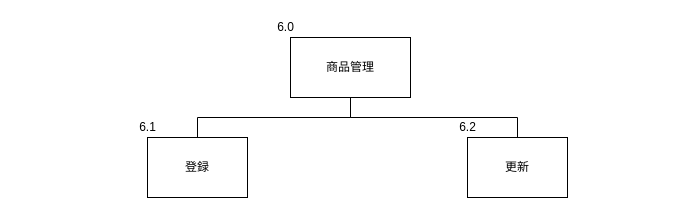
Yamanin3/system-devel keeps this draw.io diagram as サブシステム構造図/商品管理.drawio. Above is the earlier version. Source tidied: cells renumbered, new cells numbered last; positions are measured from the earlier drawing's top-left corner, leaving out a move shared by most shapes. Both pictures are drawn from the tidied source at 100%, with x=0, y=0 at pixel (132, 17).
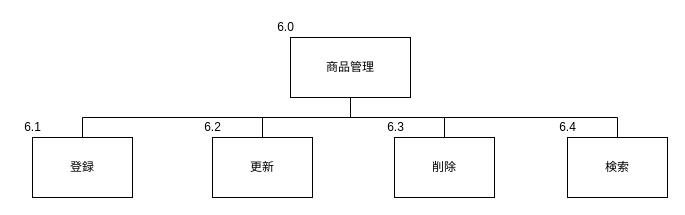
The same page after the edit.

Commit message (it also covers changes not shown here):
商品管理構造図と在庫管理構造図を修正

Diff of the diagram source:
```diff
@@
 <mxGraphModel>
   <root>
     <mxCell id="0" />
     <mxCell id="1" parent="0" />
     <mxCell id="2" value="商品管理" style="whiteSpace=wrap;html=1;align=center;" parent="1" vertex="1">
       <mxGeometry x="158" y="20" width="120" height="60" as="geometry" />
     </mxCell>
     <mxCell id="3" value="更新" style="whiteSpace=wrap;html=1;align=center;verticalAlign=middle;" parent="1" vertex="1">
-      <mxGeometry x="335" y="120" width="100" height="60" as="geometry" />
+      <mxGeometry x="80" y="120" width="100" height="60" as="geometry" />
     </mxCell>
     <mxCell id="4" style="edgeStyle=elbowEdgeStyle;elbow=vertical;startArrow=none;endArrow=none;rounded=0;exitX=0.5;exitY=1;exitDx=0;exitDy=0;" parent="1" edge="1" source="2" target="3">
       <mxGeometry relative="1" as="geometry" />
     </mxCell>
     <mxCell id="5" value="登録" style="whiteSpace=wrap;html=1;align=center;verticalAlign=middle;" parent="1" vertex="1">
-      <mxGeometry x="15" y="120" width="100" height="60" as="geometry" />
+      <mxGeometry x="-100" y="120" width="100" height="60" as="geometry" />
     </mxCell>
     <mxCell id="6" style="edgeStyle=elbowEdgeStyle;elbow=vertical;startArrow=none;endArrow=none;rounded=0;exitX=0.5;exitY=1;exitDx=0;exitDy=0;" parent="1" edge="1" source="2" target="5">
       <mxGeometry relative="1" as="geometry" />
     </mxCell>
     <mxCell id="7" value="6.0" style="text;html=1;align=center;verticalAlign=middle;fillColor=none;strokeColor=none;rounded=0;" parent="1" vertex="1">
       <mxGeometry x="138" width="30" height="20" as="geometry" />
     </mxCell>
     <mxCell id="8" value="6.1" style="text;html=1;align=center;verticalAlign=middle;fillColor=none;strokeColor=none;rounded=0;" parent="1" vertex="1">
-      <mxGeometry y="100" width="30" height="20" as="geometry" />
+      <mxGeometry x="-115" y="100" width="30" height="20" as="geometry" />
     </mxCell>
     <mxCell id="9" value="6.2" style="text;html=1;align=center;verticalAlign=middle;fillColor=none;strokeColor=none;rounded=0;" parent="1" vertex="1">
-      <mxGeometry x="320" y="100" width="30" height="20" as="geometry" />
+      <mxGeometry x="65" y="100" width="30" height="20" as="geometry" />
     </mxCell>
+    <mxCell id="10" value="削除" style="whiteSpace=wrap;html=1;align=center;verticalAlign=middle;" parent="1" vertex="1">
+      <mxGeometry x="262" y="120" width="100" height="60" as="geometry" />
+    </mxCell>
+    <mxCell id="11" style="edgeStyle=elbowEdgeStyle;elbow=vertical;startArrow=none;endArrow=none;rounded=0;exitX=0.5;exitY=1;exitDx=0;exitDy=0;" parent="1" edge="1" source="2" target="10">
+      <mxGeometry relative="1" as="geometry" />
+    </mxCell>
+    <mxCell id="12" value="6.3" style="text;html=1;align=center;verticalAlign=middle;fillColor=none;strokeColor=none;rounded=0;" parent="1" vertex="1">
+      <mxGeometry x="248" y="100" width="30" height="20" as="geometry" />
+    </mxCell>
+    <mxCell id="13" value="検索" style="whiteSpace=wrap;html=1;align=center;verticalAlign=middle;" parent="1" vertex="1">
+      <mxGeometry x="435" y="120" width="100" height="60" as="geometry" />
+    </mxCell>
+    <mxCell id="14" style="edgeStyle=elbowEdgeStyle;elbow=vertical;startArrow=none;endArrow=none;rounded=0;exitX=0.5;exitY=1;exitDx=0;exitDy=0;" parent="1" edge="1" source="2" target="13">
+      <mxGeometry relative="1" as="geometry" />
+    </mxCell>
+    <mxCell id="15" value="6.4" style="text;html=1;align=center;verticalAlign=middle;fillColor=none;strokeColor=none;rounded=0;" parent="1" vertex="1">
+      <mxGeometry x="420" y="100" width="30" height="20" as="geometry" />
+    </mxCell>
   </root>
 </mxGraphModel>
```
